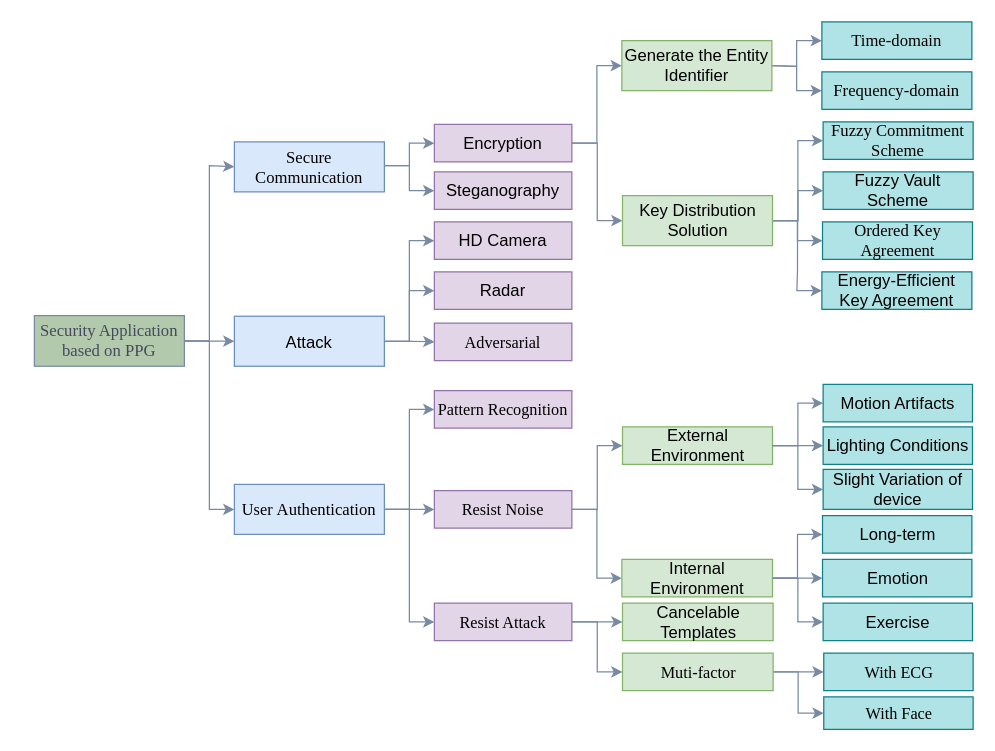
Before: classDiagram.drawio in NasTul/Diagrams, a draw.io diagram. Source tidied: cells renumbered, new cells numbered last; positions are measured from the earlier drawing's top-left corner, leaving out a move shared by most shapes. Both pictures are drawn from the tidied source at 125%, with x=0, y=0 at pixel (34, 21).
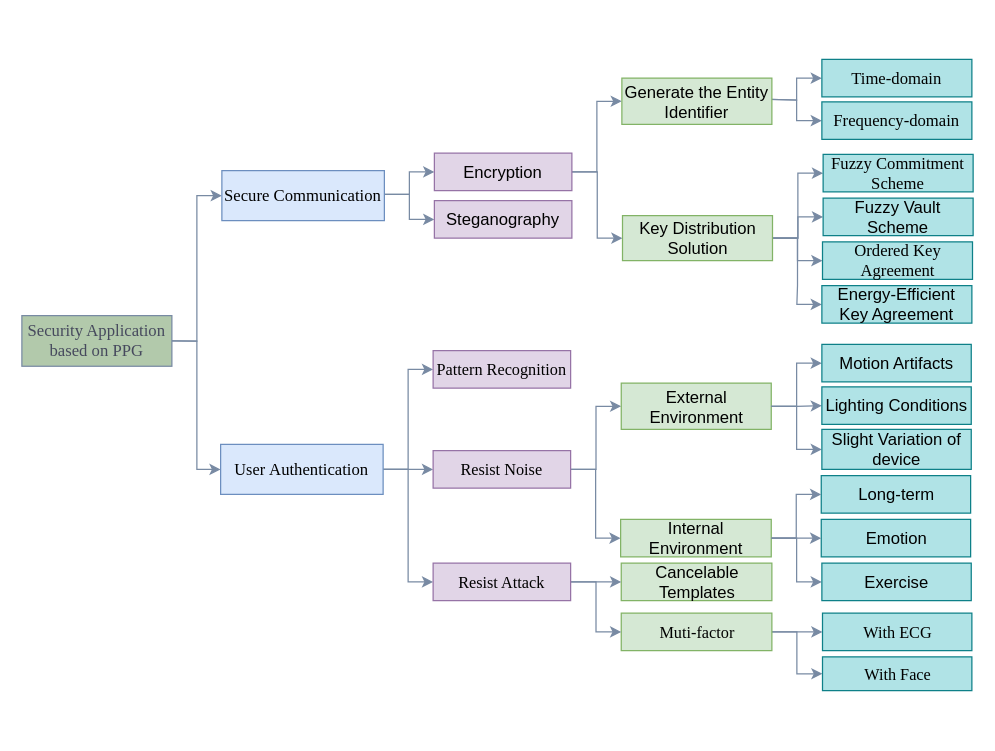
The same diagram, later.

The edit, as a diff of the source:
```diff
@@
     <mxCell id="2" style="edgeStyle=orthogonalEdgeStyle;rounded=0;jettySize=auto;html=1;entryX=0;entryY=0.5;entryDx=0;entryDy=0;fillColor=#B2C9AB;strokeColor=#788AA3;fontColor=#46495D;exitX=1;exitY=0.5;exitDx=0;exitDy=0;" parent="1" edge="1" source="5" target="10">
       <mxGeometry relative="1" as="geometry">
         <Array as="points">
-          <mxPoint x="140" y="255" />
-          <mxPoint x="140" y="115" />
+          <mxPoint x="130" y="255" />
+          <mxPoint x="130" y="139" />
         </Array>
       </mxGeometry>
     </mxCell>
-    <mxCell id="3" style="edgeStyle=orthogonalEdgeStyle;rounded=0;jettySize=auto;html=1;entryX=0;entryY=0.5;entryDx=0;entryDy=0;fillColor=#B2C9AB;strokeColor=#788AA3;fontColor=#46495D;" parent="1" edge="1" source="5" target="14">
-      <mxGeometry relative="1" as="geometry" />
-    </mxCell>
-    <mxCell id="4" style="edgeStyle=orthogonalEdgeStyle;rounded=0;jettySize=auto;html=1;fillColor=#B2C9AB;strokeColor=#788AA3;entryX=0;entryY=0.5;entryDx=0;entryDy=0;fontColor=#46495D;exitX=1;exitY=0.5;exitDx=0;exitDy=0;" parent="1" edge="1" source="5" target="46">
+    <mxCell id="4" style="edgeStyle=orthogonalEdgeStyle;rounded=0;jettySize=auto;html=1;fillColor=#B2C9AB;strokeColor=#788AA3;fontColor=#46495D;exitX=1;exitY=0.5;exitDx=0;exitDy=0;entryX=0;entryY=0.5;entryDx=0;entryDy=0;" parent="1" edge="1" source="5" target="46">
       <mxGeometry relative="1" as="geometry">
         <Array as="points">
-          <mxPoint x="140" y="255" />
-          <mxPoint x="140" y="390" />
+          <mxPoint x="130" y="255" />
+          <mxPoint x="130" y="358" />
         </Array>
       </mxGeometry>
     </mxCell>
     <mxCell id="5" value="&lt;span style=&quot;font-size: 10pt&quot;&gt;&lt;font face=&quot;Times New Roman&quot;&gt;Security Application based on PPG&lt;/font&gt;&lt;/span&gt;" style="rounded=0;whiteSpace=wrap;html=1;fillColor=#B2C9AB;strokeColor=#788AA3;fontColor=#46495D;" parent="1" vertex="1">
-      <mxGeometry y="235" width="120" height="40.5" as="geometry" />
+      <mxGeometry x="-10" y="235" width="120" height="40.5" as="geometry" />
     </mxCell>
@@
     <mxCell id="8" style="edgeStyle=orthogonalEdgeStyle;rounded=0;jettySize=auto;html=1;entryX=0;entryY=0.5;entryDx=0;entryDy=0;fillColor=#B2C9AB;strokeColor=#788AA3;fontColor=#46495D;" parent="1" edge="1" target="17">
       <mxGeometry relative="1" as="geometry">
-        <mxPoint x="280" y="125" as="sourcePoint" />
+        <mxPoint x="280" y="148" as="sourcePoint" />
         <Array as="points">
-          <mxPoint x="280" y="115" />
-          <mxPoint x="300" y="115" />
-          <mxPoint x="300" y="97" />
+          <mxPoint x="280" y="138" />
+          <mxPoint x="300" y="138" />
+          <mxPoint x="300" y="120" />
         </Array>
       </mxGeometry>
     </mxCell>
     <mxCell id="9" style="edgeStyle=orthogonalEdgeStyle;rounded=0;jettySize=auto;html=1;entryX=0;entryY=0.5;entryDx=0;entryDy=0;fillColor=#B2C9AB;strokeColor=#788AA3;fontColor=#46495D;" parent="1" edge="1" target="18">
       <mxGeometry relative="1" as="geometry">
-        <mxPoint x="280" y="115" as="sourcePoint" />
+        <mxPoint x="280" y="138" as="sourcePoint" />
         <Array as="points">
-          <mxPoint x="280" y="115" />
-          <mxPoint x="300" y="115" />
-          <mxPoint x="300" y="135" />
+          <mxPoint x="280" y="138" />
+          <mxPoint x="300" y="138" />
+          <mxPoint x="300" y="158" />
         </Array>
       </mxGeometry>
     </mxCell>
     <mxCell id="10" value="&lt;span style=&quot;font-size: 10pt&quot;&gt;&lt;font face=&quot;Times New Roman&quot;&gt;Secure Communication&lt;/font&gt;&lt;/span&gt;" style="rounded=0;whiteSpace=wrap;html=1;fillColor=#dae8fc;strokeColor=#6c8ebf;" parent="1" vertex="1">
-      <mxGeometry x="160" y="96" width="120" height="40" as="geometry" />
+      <mxGeometry x="150" y="119" width="130" height="40" as="geometry" />
     </mxCell>
-    <mxCell id="11" style="edgeStyle=orthogonalEdgeStyle;rounded=0;jettySize=auto;html=1;entryX=0;entryY=0.5;entryDx=0;entryDy=0;fillColor=#B2C9AB;strokeColor=#788AA3;fontColor=#46495D;exitX=1;exitY=0.5;exitDx=0;exitDy=0;" parent="1" edge="1" source="14" target="32">
-      <mxGeometry relative="1" as="geometry" />
-    </mxCell>
-    <mxCell id="12" style="edgeStyle=orthogonalEdgeStyle;rounded=0;jettySize=auto;html=1;entryX=0;entryY=0.5;entryDx=0;entryDy=0;fillColor=#B2C9AB;strokeColor=#788AA3;fontColor=#46495D;exitX=1;exitY=0.5;exitDx=0;exitDy=0;" parent="1" edge="1" source="14" target="33">
-      <mxGeometry relative="1" as="geometry" />
-    </mxCell>
-    <mxCell id="13" style="edgeStyle=orthogonalEdgeStyle;rounded=0;jettySize=auto;html=1;entryX=0;entryY=0.5;entryDx=0;entryDy=0;fillColor=#B2C9AB;strokeColor=#788AA3;fontColor=#46495D;exitX=1;exitY=0.5;exitDx=0;exitDy=0;" parent="1" edge="1" source="14" target="31">
-      <mxGeometry relative="1" as="geometry" />
-    </mxCell>
-    <mxCell id="14" value="&lt;span style=&quot;font-family: &amp;#34;noto_regular&amp;#34; ; font-size: 10pt&quot;&gt;Attack&lt;/span&gt;" style="rounded=0;whiteSpace=wrap;html=1;fillColor=#dae8fc;strokeColor=#6c8ebf;" parent="1" vertex="1">
-      <mxGeometry x="160" y="235.5" width="120" height="40" as="geometry" />
-    </mxCell>
@@
     <mxCell id="17" value="&lt;span style=&quot;font-family: &amp;#34;noto_regular&amp;#34; ; font-size: 10pt&quot;&gt;Encryption&lt;/span&gt;" style="rounded=0;whiteSpace=wrap;html=1;fillColor=#e1d5e7;strokeColor=#9673a6;" parent="1" vertex="1">
-      <mxGeometry x="320" y="82" width="110" height="30" as="geometry" />
+      <mxGeometry x="320" y="105" width="110" height="30" as="geometry" />
     </mxCell>
     <mxCell id="18" value="&lt;span style=&quot;font-family: &amp;#34;noto_regular&amp;#34; ; font-size: 10pt&quot;&gt;Steganography&lt;/span&gt;" style="rounded=0;whiteSpace=wrap;html=1;fillColor=#e1d5e7;strokeColor=#9673a6;" parent="1" vertex="1">
-      <mxGeometry x="320" y="120" width="110" height="30" as="geometry" />
+      <mxGeometry x="320" y="143" width="110" height="30" as="geometry" />
     </mxCell>
     <mxCell id="19" style="edgeStyle=orthogonalEdgeStyle;rounded=0;jettySize=auto;html=1;entryX=0;entryY=0.5;entryDx=0;entryDy=0;fillColor=#B2C9AB;strokeColor=#788AA3;fontColor=#46495D;" parent="1" edge="1" target="51">
       <mxGeometry relative="1" as="geometry">
-        <mxPoint x="588.5" y="35" as="sourcePoint" />
+        <mxPoint x="588.5" y="62" as="sourcePoint" />
       </mxGeometry>
     </mxCell>
     <mxCell id="20" style="edgeStyle=orthogonalEdgeStyle;rounded=0;jettySize=auto;html=1;entryX=0;entryY=0.5;entryDx=0;entryDy=0;fillColor=#B2C9AB;strokeColor=#788AA3;fontColor=#46495D;" parent="1" edge="1" target="52">
       <mxGeometry relative="1" as="geometry">
-        <mxPoint x="588.5" y="35" as="sourcePoint" />
+        <mxPoint x="588.5" y="62" as="sourcePoint" />
       </mxGeometry>
     </mxCell>
     <mxCell id="21" value="&lt;span style=&quot;font-family: &amp;#34;noto_regular&amp;#34; ; font-size: 10pt&quot;&gt;Generate the Entity Identifier&lt;/span&gt;" style="rounded=0;whiteSpace=wrap;html=1;fillColor=#d5e8d4;strokeColor=#82b366;" parent="1" vertex="1">
-      <mxGeometry x="470" y="15" width="120" height="40" as="geometry" />
+      <mxGeometry x="470" y="45" width="120" height="37" as="geometry" />
     </mxCell>
@@
     <mxCell id="26" value="&lt;span style=&quot;font-family: &amp;#34;noto_regular&amp;#34; ; font-size: 10pt&quot;&gt;Key Distribution Solution&lt;/span&gt;" style="rounded=0;whiteSpace=wrap;html=1;fillColor=#d5e8d4;strokeColor=#82b366;" parent="1" vertex="1">
-      <mxGeometry x="470.5" y="139" width="120" height="40" as="geometry" />
+      <mxGeometry x="470.5" y="155" width="120" height="36" as="geometry" />
     </mxCell>
     <mxCell id="27" value="&lt;span style=&quot;font-size: 10pt&quot;&gt;&lt;font face=&quot;Times New Roman&quot;&gt;Fuzzy Commitment Scheme&lt;/font&gt;&lt;/span&gt;" style="rounded=0;whiteSpace=wrap;html=1;fillColor=#b0e3e6;strokeColor=#0e8088;" parent="1" vertex="1">
-      <mxGeometry x="631" y="80" width="120" height="30" as="geometry" />
+      <mxGeometry x="631" y="106" width="120" height="30" as="geometry" />
     </mxCell>
     <mxCell id="28" value="&lt;span style=&quot;font-family: &amp;#34;noto_regular&amp;#34; ; font-size: 10pt&quot;&gt;Fuzzy Vault Scheme&lt;/span&gt;" style="rounded=0;whiteSpace=wrap;html=1;fillColor=#b0e3e6;strokeColor=#0e8088;" parent="1" vertex="1">
-      <mxGeometry x="631" y="120" width="120" height="30" as="geometry" />
+      <mxGeometry x="631" y="141" width="120" height="30" as="geometry" />
     </mxCell>
     <mxCell id="29" value="&lt;span style=&quot;font-size: 10pt&quot;&gt;&lt;font face=&quot;Times New Roman&quot;&gt;Ordered Key Agreement&lt;/font&gt;&lt;/span&gt;" style="rounded=0;whiteSpace=wrap;html=1;fillColor=#b0e3e6;strokeColor=#0e8088;" parent="1" vertex="1">
-      <mxGeometry x="630.5" y="160" width="120" height="30" as="geometry" />
+      <mxGeometry x="630.5" y="176" width="120" height="30" as="geometry" />
     </mxCell>
     <mxCell id="30" value="&lt;span style=&quot;font-family: &amp;#34;noto_regular&amp;#34; ; font-size: 10pt&quot;&gt;Energy-Efficient Key Agreement&lt;/span&gt;" style="rounded=0;whiteSpace=wrap;html=1;fillColor=#b0e3e6;strokeColor=#0e8088;" parent="1" vertex="1">
-      <mxGeometry x="630" y="200" width="120" height="30" as="geometry" />
+      <mxGeometry x="630" y="211" width="120" height="30" as="geometry" />
     </mxCell>
-    <mxCell id="31" value="&lt;span style=&quot;font-family: &amp;#34;noto_regular&amp;#34; ; font-size: 10pt&quot;&gt;HD Camera&lt;/span&gt;" style="rounded=0;whiteSpace=wrap;html=1;fillColor=#e1d5e7;strokeColor=#9673a6;" parent="1" vertex="1">
-      <mxGeometry x="320" y="160" width="110" height="30" as="geometry" />
-    </mxCell>
-    <mxCell id="32" value="&lt;span style=&quot;font-family: &amp;#34;noto_regular&amp;#34; ; font-size: 10pt&quot;&gt;Radar&lt;/span&gt;" style="rounded=0;whiteSpace=wrap;html=1;fillColor=#e1d5e7;strokeColor=#9673a6;" parent="1" vertex="1">
-      <mxGeometry x="320" y="200" width="110" height="30" as="geometry" />
-    </mxCell>
-    <mxCell id="33" value="&lt;span style=&quot;font-family: &amp;#34;times new roman&amp;#34; ; font-size: 13px ; text-align: left&quot;&gt;Adversarial &lt;/span&gt;" style="rounded=0;whiteSpace=wrap;html=1;fillColor=#e1d5e7;strokeColor=#9673a6;" parent="1" vertex="1">
-      <mxGeometry x="320" y="241" width="110" height="30" as="geometry" />
-    </mxCell>
     <mxCell id="34" value="&lt;font face=&quot;noto_regular&quot;&gt;&lt;span style=&quot;font-size: 13.3333px&quot;&gt;External Environment&lt;/span&gt;&lt;/font&gt;" style="rounded=0;whiteSpace=wrap;html=1;fillColor=#d5e8d4;strokeColor=#82b366;" parent="1" vertex="1">
-      <mxGeometry x="470.5" y="324" width="120" height="30" as="geometry" />
+      <mxGeometry x="469.5" y="289" width="120" height="37" as="geometry" />
     </mxCell>
@@
     <mxCell id="38" value="&lt;font face=&quot;noto_regular&quot;&gt;&lt;span style=&quot;font-size: 13.3333px&quot;&gt;Motion Artifacts&lt;/span&gt;&lt;/font&gt;" style="rounded=0;whiteSpace=wrap;html=1;fillColor=#b0e3e6;strokeColor=#0e8088;" parent="1" vertex="1">
-      <mxGeometry x="631" y="290" width="119.5" height="30" as="geometry" />
+      <mxGeometry x="630" y="258" width="119.5" height="30" as="geometry" />
     </mxCell>
     <mxCell id="39" value="&lt;font face=&quot;noto_regular&quot;&gt;&lt;span style=&quot;font-size: 13.3333px&quot;&gt;Lighting Conditions&lt;/span&gt;&lt;/font&gt;" style="rounded=0;whiteSpace=wrap;html=1;fillColor=#b0e3e6;strokeColor=#0e8088;" parent="1" vertex="1">
-      <mxGeometry x="631" y="324" width="119.5" height="30" as="geometry" />
+      <mxGeometry x="630" y="292" width="119.5" height="30" as="geometry" />
     </mxCell>
     <mxCell id="40" value="&lt;font face=&quot;noto_regular&quot;&gt;&lt;span style=&quot;font-size: 13.3333px&quot;&gt;Slight Variation of device&lt;/span&gt;&lt;/font&gt;" style="rounded=0;whiteSpace=wrap;html=1;fillColor=#b0e3e6;strokeColor=#0e8088;" parent="1" vertex="1">
-      <mxGeometry x="631" y="358" width="119.5" height="32" as="geometry" />
+      <mxGeometry x="630" y="326" width="119.5" height="32" as="geometry" />
     </mxCell>
@@
     <mxCell id="42" value="&lt;p&gt;&lt;font face=&quot;noto_regular&quot;&gt;&lt;span style=&quot;font-size: 13.3333px&quot;&gt;Internal Environment&lt;/span&gt;&lt;/font&gt;&lt;br&gt;&lt;/p&gt;" style="rounded=0;whiteSpace=wrap;html=1;fillColor=#d5e8d4;strokeColor=#82b366;" parent="1" vertex="1">
-      <mxGeometry x="470" y="430" width="120.5" height="30" as="geometry" />
+      <mxGeometry x="469" y="398" width="120.5" height="30" as="geometry" />
     </mxCell>
@@
     <mxCell id="46" value="&lt;font face=&quot;Times New Roman&quot;&gt;User&amp;nbsp;&lt;span style=&quot;font-size: 10pt&quot;&gt;Authentication&lt;/span&gt;&lt;/font&gt;" style="rounded=0;whiteSpace=wrap;html=1;fontSize=13;fillColor=#dae8fc;strokeColor=#6c8ebf;" parent="1" vertex="1">
-      <mxGeometry x="160" y="370" width="120" height="40" as="geometry" />
+      <mxGeometry x="149" y="338" width="130" height="40" as="geometry" />
     </mxCell>
     <mxCell id="47" value="&lt;font face=&quot;Times New Roman&quot;&gt;Resist Noise&lt;/font&gt;" style="rounded=0;whiteSpace=wrap;html=1;fontSize=13;fillColor=#e1d5e7;strokeColor=#9673a6;" parent="1" vertex="1">
-      <mxGeometry x="320" y="375" width="110" height="30" as="geometry" />
+      <mxGeometry x="319" y="343" width="110" height="30" as="geometry" />
     </mxCell>
     <mxCell id="48" style="edgeStyle=orthogonalEdgeStyle;rounded=0;jettySize=auto;html=1;entryX=0;entryY=0.5;entryDx=0;entryDy=0;fillColor=#B2C9AB;strokeColor=#788AA3;fontColor=#46495D;exitX=1;exitY=0.5;exitDx=0;exitDy=0;" parent="1" edge="1" source="50" target="53">
       <mxGeometry relative="1" as="geometry">
         <Array as="points">
-          <mxPoint x="632" y="520" />
+          <mxPoint x="631" y="488" />
         </Array>
       </mxGeometry>
     </mxCell>
     <mxCell id="49" style="edgeStyle=orthogonalEdgeStyle;rounded=0;jettySize=auto;html=1;entryX=0;entryY=0.5;entryDx=0;entryDy=0;fillColor=#B2C9AB;strokeColor=#788AA3;fontColor=#46495D;exitX=1;exitY=0.5;exitDx=0;exitDy=0;" parent="1" edge="1" source="50" target="54">
       <mxGeometry relative="1" as="geometry">
         <Array as="points">
-          <mxPoint x="611" y="520" />
-          <mxPoint x="611" y="553" />
+          <mxPoint x="610" y="488" />
+          <mxPoint x="610" y="521" />
         </Array>
       </mxGeometry>
     </mxCell>
     <mxCell id="50" value="&lt;font face=&quot;Times New Roman&quot;&gt;Muti-factor&lt;/font&gt;" style="rounded=0;whiteSpace=wrap;html=1;fontSize=13;fillColor=#d5e8d4;strokeColor=#82b366;" parent="1" vertex="1">
-      <mxGeometry x="470.5" y="505" width="120.5" height="30" as="geometry" />
+      <mxGeometry x="469.5" y="473" width="120.5" height="30" as="geometry" />
     </mxCell>
     <mxCell id="51" value="&lt;font face=&quot;Times New Roman&quot;&gt;&lt;span style=&quot;font-size: 10pt&quot;&gt;Time-&lt;/span&gt;&lt;span style=&quot;font-size: 13.3333px&quot;&gt;domain&lt;/span&gt;&lt;br&gt;&lt;/font&gt;" style="rounded=0;whiteSpace=wrap;html=1;fillColor=#b0e3e6;strokeColor=#0e8088;" parent="1" vertex="1">
-      <mxGeometry x="630" width="120" height="30" as="geometry" />
+      <mxGeometry x="630" y="30" width="120" height="30" as="geometry" />
     </mxCell>
     <mxCell id="52" value="&lt;font face=&quot;Times New Roman&quot;&gt;&lt;span style=&quot;font-size: 13.3333px&quot;&gt;Frequency-domain&lt;/span&gt;&lt;br&gt;&lt;/font&gt;" style="rounded=0;whiteSpace=wrap;html=1;fillColor=#b0e3e6;strokeColor=#0e8088;" parent="1" vertex="1">
-      <mxGeometry x="630" y="40" width="120" height="30" as="geometry" />
+      <mxGeometry x="630" y="64" width="120" height="30" as="geometry" />
     </mxCell>
     <mxCell id="53" value="&lt;font face=&quot;Times New Roman&quot;&gt;With&amp;nbsp;ECG&lt;/font&gt;" style="whiteSpace=wrap;html=1;rounded=0;fontSize=13;strokeColor=#0e8088;fillColor=#b0e3e6;" parent="1" vertex="1">
-      <mxGeometry x="631.5" y="505" width="119.5" height="30" as="geometry" />
+      <mxGeometry x="630.5" y="473" width="119.5" height="30" as="geometry" />
     </mxCell>
     <mxCell id="54" value="&lt;font face=&quot;Times New Roman&quot;&gt;With&amp;nbsp;Face&lt;/font&gt;" style="whiteSpace=wrap;html=1;rounded=0;fontSize=13;strokeColor=#0e8088;fillColor=#b0e3e6;" parent="1" vertex="1">
-      <mxGeometry x="631.5" y="540" width="119.5" height="26" as="geometry" />
+      <mxGeometry x="630.5" y="508" width="119.5" height="27" as="geometry" />
     </mxCell>
     <mxCell id="55" value="&lt;font face=&quot;noto_regular&quot;&gt;&lt;span style=&quot;font-size: 13.3333px&quot;&gt;Long-term&lt;/span&gt;&lt;/font&gt;" style="rounded=0;whiteSpace=wrap;html=1;fillColor=#b0e3e6;strokeColor=#0e8088;" parent="1" vertex="1">
-      <mxGeometry x="630.5" y="395" width="119.5" height="30" as="geometry" />
+      <mxGeometry x="629.5" y="363" width="119.5" height="30" as="geometry" />
     </mxCell>
@@
     <mxCell id="57" value="&lt;font face=&quot;noto_regular&quot;&gt;&lt;span style=&quot;font-size: 13.3333px&quot;&gt;Emotion&lt;/span&gt;&lt;/font&gt;" style="rounded=0;whiteSpace=wrap;html=1;fillColor=#b0e3e6;strokeColor=#0e8088;" parent="1" vertex="1">
-      <mxGeometry x="630.5" y="430" width="119.5" height="30" as="geometry" />
+      <mxGeometry x="629.5" y="398" width="119.5" height="30" as="geometry" />
     </mxCell>
@@
     <mxCell id="59" value="&lt;font face=&quot;Times New Roman&quot;&gt;Pattern Recognition&lt;/font&gt;" style="rounded=0;whiteSpace=wrap;html=1;fontSize=13;fillColor=#e1d5e7;strokeColor=#9673a6;" parent="1" vertex="1">
-      <mxGeometry x="320" y="295" width="110" height="30" as="geometry" />
+      <mxGeometry x="319" y="263" width="110" height="30" as="geometry" />
     </mxCell>
     <mxCell id="60" value="&lt;span style=&quot;font-family: &amp;#34;noto_regular&amp;#34; ; font-size: 10pt&quot;&gt;Cancelable Templates&lt;/span&gt;" style="rounded=0;whiteSpace=wrap;html=1;fillColor=#d5e8d4;strokeColor=#82b366;" parent="1" vertex="1">
-      <mxGeometry x="470.5" y="465" width="120.5" height="30" as="geometry" />
+      <mxGeometry x="469.5" y="433" width="120.5" height="30" as="geometry" />
     </mxCell>
@@
     <mxCell id="63" value="&lt;font face=&quot;Times New Roman&quot;&gt;Resist Attack&lt;/font&gt;" style="rounded=0;whiteSpace=wrap;html=1;fontSize=13;fillColor=#e1d5e7;strokeColor=#9673a6;" parent="1" vertex="1">
-      <mxGeometry x="320" y="465" width="110" height="30" as="geometry" />
+      <mxGeometry x="319" y="433" width="110" height="30" as="geometry" />
     </mxCell>
     <mxCell id="64" value="&lt;font face=&quot;noto_regular&quot;&gt;&lt;span style=&quot;font-size: 13.3333px&quot;&gt;Exercise&lt;/span&gt;&lt;/font&gt;" style="rounded=0;whiteSpace=wrap;html=1;fillColor=#b0e3e6;strokeColor=#0e8088;" parent="1" vertex="1">
-      <mxGeometry x="631" y="465" width="119.5" height="30" as="geometry" />
+      <mxGeometry x="630" y="433" width="119.5" height="30" as="geometry" />
     </mxCell>
```
